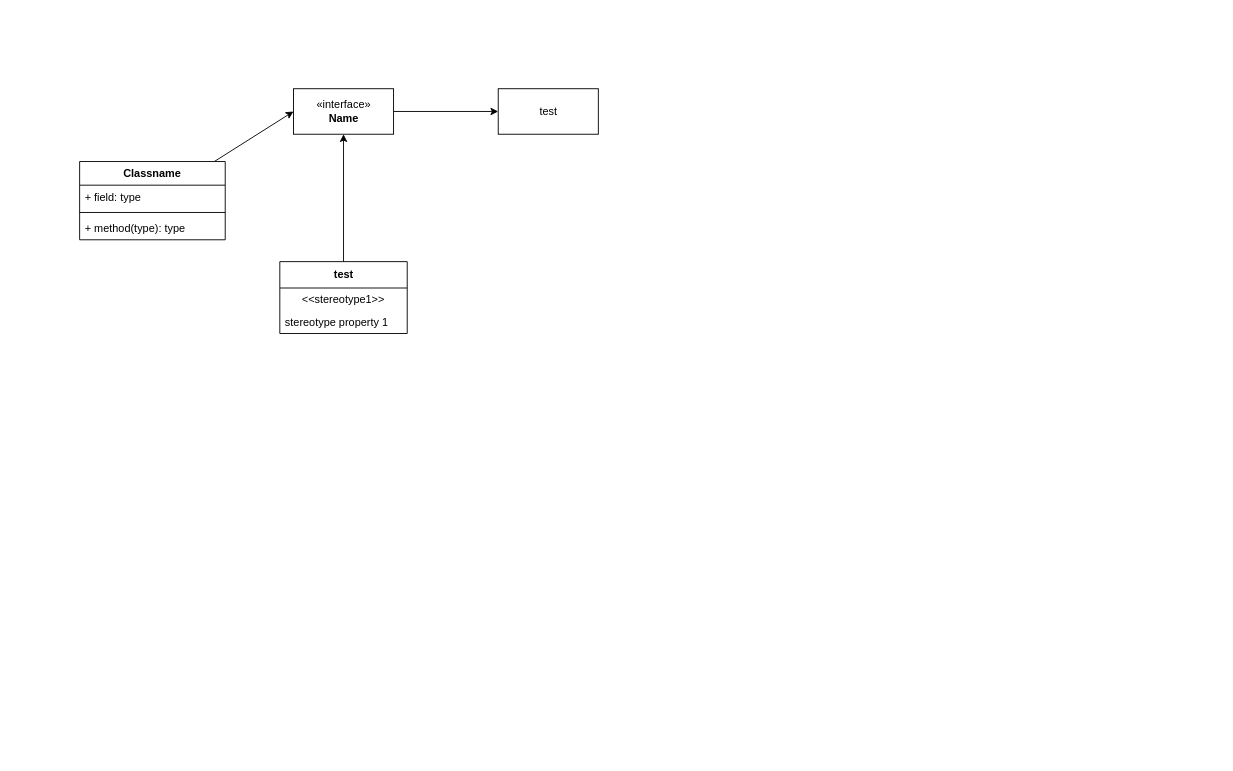
The draw.io diagram class.drawio in LiberationNacho/Project-pop, before the edit. Source tidied: cells renumbered, new cells numbered last; positions are measured from the earlier drawing's top-left corner, leaving out a move shared by most shapes. Both pictures are drawn from the tidied source at 91%, with x=0, y=0 at pixel (79, 88).
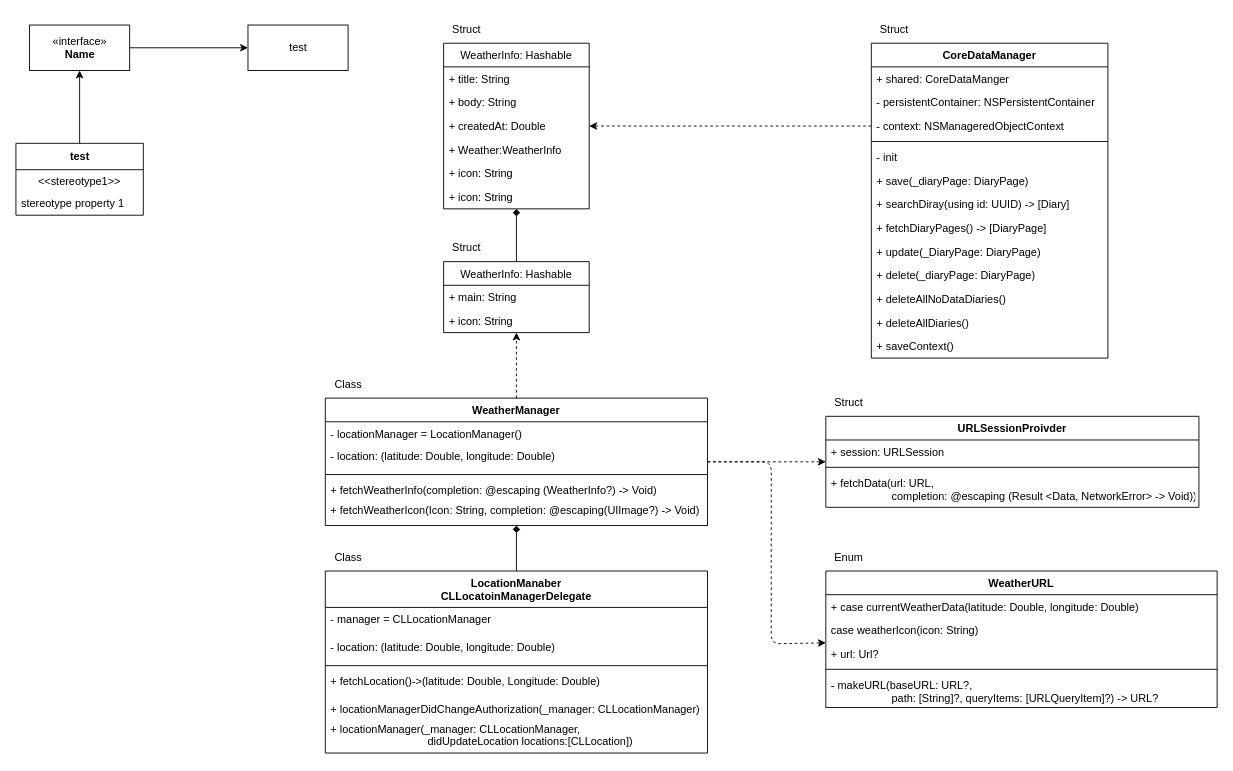
Above is the later version.

Commit message (it also covers changes not shown here):
클래스 다이어그램 1차

What changed in the source:
```diff
@@
     <mxCell id="3" value="test" style="swimlane;fontStyle=1;align=center;verticalAlign=middle;horizontal=1;startSize=29;html=1;" parent="1" vertex="1">
-      <mxGeometry x="220" y="190" width="140" height="79" as="geometry" />
+      <mxGeometry x="-70" y="60" width="140" height="79" as="geometry" />
     </mxCell>
@@
     <mxCell id="6" value="test" style="html=1;" parent="1" vertex="1">
-      <mxGeometry x="460" width="110" height="50" as="geometry" />
+      <mxGeometry x="185" y="-70" width="110" height="50" as="geometry" />
     </mxCell>
-    <mxCell id="7" style="edgeStyle=none;html=1;entryX=0;entryY=0.5;entryDx=0;entryDy=0;" parent="1" edge="1" source="8" target="13">
-      <mxGeometry relative="1" as="geometry" />
-    </mxCell>
+    <mxCell id="14" style="edgeStyle=none;html=1;dashed=1;" parent="1" edge="1" source="8" target="30">
+      <mxGeometry relative="1" as="geometry" />
+    </mxCell>
+    <mxCell id="15" style="edgeStyle=none;html=1;dashed=1;endArrow=classic;endFill=1;" parent="1" edge="1" source="8" target="53">
+      <mxGeometry relative="1" as="geometry" />
+    </mxCell>
+    <mxCell id="16" style="edgeStyle=none;html=1;dashed=1;endArrow=classic;endFill=1;" parent="1" edge="1" source="8" target="63">
+      <mxGeometry relative="1" as="geometry">
+        <Array as="points">
+          <mxPoint x="760" y="410" />
+          <mxPoint x="760" y="610" />
+        </Array>
+      </mxGeometry>
+    </mxCell>
-    <mxCell id="8" value="Classname" style="swimlane;fontStyle=1;align=center;verticalAlign=top;horizontal=1;startSize=26;" parent="1" vertex="1">
-      <mxGeometry y="80" width="160" height="86" as="geometry" />
+    <mxCell id="8" value="WeatherManager" style="swimlane;fontStyle=1;align=center;verticalAlign=top;horizontal=1;startSize=26;" parent="1" vertex="1">
+      <mxGeometry x="270" y="340" width="420" height="140" as="geometry" />
     </mxCell>
-    <mxCell id="9" value="+ field: type" style="text;strokeColor=none;fillColor=none;align=left;verticalAlign=top;spacingLeft=4;spacingRight=4;overflow=hidden;" parent="8" vertex="1">
-      <mxGeometry y="26" width="160" height="26" as="geometry" />
+    <mxCell id="9" value="- locationManager = LocationManager()" style="text;strokeColor=none;fillColor=none;align=left;verticalAlign=top;spacingLeft=4;spacingRight=4;overflow=hidden;" parent="8" vertex="1">
+      <mxGeometry y="26" width="420" height="24" as="geometry" />
     </mxCell>
+    <mxCell id="17" value="- location: (latitude: Double, longitude: Double)" style="text;strokeColor=none;fillColor=none;align=left;verticalAlign=top;spacingLeft=4;spacingRight=4;overflow=hidden;" parent="8" vertex="1">
+      <mxGeometry y="50" width="420" height="30" as="geometry" />
+    </mxCell>
     <mxCell id="10" style="line;strokeWidth=1;fillColor=none;align=left;verticalAlign=middle;spacingTop=-1;spacingLeft=3;spacingRight=3;labelPosition=right;strokeColor=inherit;" parent="8" vertex="1">
-      <mxGeometry y="52" width="160" height="8" as="geometry" />
+      <mxGeometry y="80" width="420" height="8" as="geometry" />
     </mxCell>
+    <mxCell id="18" value="+ fetchWeatherInfo(completion: @escaping (WeatherInfo?) -&gt; Void)" style="text;strokeColor=none;fillColor=none;align=left;verticalAlign=top;spacingLeft=4;spacingRight=4;overflow=hidden;" parent="8" vertex="1">
+      <mxGeometry y="88" width="420" height="22" as="geometry" />
+    </mxCell>
-    <mxCell id="11" value="+ method(type): type" style="text;strokeColor=none;fillColor=none;align=left;verticalAlign=top;spacingLeft=4;spacingRight=4;overflow=hidden;points=[[0,0.5],[1,0.5]];portConstraint=eastwest;" parent="8" vertex="1">
-      <mxGeometry y="60" width="160" height="26" as="geometry" />
+    <mxCell id="11" value="+ fetchWeatherIcon(Icon: String, completion: @escaping(UIImage?) -&gt; Void)" style="text;strokeColor=none;fillColor=none;align=left;verticalAlign=top;spacingLeft=4;spacingRight=4;overflow=hidden;points=[[0,0.5],[1,0.5]];portConstraint=eastwest;" parent="8" vertex="1">
+      <mxGeometry y="110" width="420" height="30" as="geometry" />
     </mxCell>
@@
     <mxCell id="13" value="&amp;laquo;interface&amp;raquo;&lt;br&gt;&lt;b&gt;Name&lt;/b&gt;" style="html=1;" parent="1" vertex="1">
-      <mxGeometry x="235" width="110" height="50" as="geometry" />
+      <mxGeometry x="-55" y="-70" width="110" height="50" as="geometry" />
     </mxCell>
+    <mxCell id="19" style="edgeStyle=none;html=1;endArrow=diamond;endFill=1;" parent="1" edge="1" source="20" target="11">
+      <mxGeometry relative="1" as="geometry" />
+    </mxCell>
+    <mxCell id="20" value="LocationManaber&#10;CLLocatoinManagerDelegate" style="swimlane;fontStyle=1;align=center;verticalAlign=top;horizontal=1;startSize=40;" parent="1" vertex="1">
+      <mxGeometry x="270" y="530" width="420" height="200" as="geometry" />
+    </mxCell>
+    <mxCell id="21" value="- manager = CLLocationManager&#10;" style="text;strokeColor=none;fillColor=none;align=left;verticalAlign=top;spacingLeft=4;spacingRight=4;overflow=hidden;" parent="20" vertex="1">
+      <mxGeometry y="40" width="420" height="30" as="geometry" />
+    </mxCell>
+    <mxCell id="22" value="- location: (latitude: Double, longitude: Double)" style="text;strokeColor=none;fillColor=none;align=left;verticalAlign=top;spacingLeft=4;spacingRight=4;overflow=hidden;" parent="20" vertex="1">
+      <mxGeometry y="70" width="420" height="30" as="geometry" />
+    </mxCell>
+    <mxCell id="23" style="line;strokeWidth=1;fillColor=none;align=left;verticalAlign=middle;spacingTop=-1;spacingLeft=3;spacingRight=3;labelPosition=right;strokeColor=inherit;" parent="20" vertex="1">
+      <mxGeometry y="100" width="420" height="8" as="geometry" />
+    </mxCell>
+    <mxCell id="24" value="+ fetchLocation()-&gt;(latitude: Double, Longitude: Double)" style="text;strokeColor=none;fillColor=none;align=left;verticalAlign=top;spacingLeft=4;spacingRight=4;overflow=hidden;" parent="20" vertex="1">
+      <mxGeometry y="108" width="420" height="30" as="geometry" />
+    </mxCell>
+    <mxCell id="25" value="+ locationManagerDidChangeAuthorization(_manager: CLLocationManager)" style="text;strokeColor=none;fillColor=none;align=left;verticalAlign=top;spacingLeft=4;spacingRight=4;overflow=hidden;" parent="20" vertex="1">
+      <mxGeometry y="138" width="420" height="22" as="geometry" />
+    </mxCell>
+    <mxCell id="26" value="+ locationManager(_manager: CLLocationManager,&#10;                                didUpdateLocation locations:[CLLocation])" style="text;strokeColor=none;fillColor=none;align=left;verticalAlign=top;spacingLeft=4;spacingRight=4;overflow=hidden;" parent="20" vertex="1">
+      <mxGeometry y="160" width="420" height="40" as="geometry" />
+    </mxCell>
+    <mxCell id="27" style="edgeStyle=none;html=1;endArrow=diamond;endFill=1;" parent="1" edge="1" source="28" target="37">
+      <mxGeometry relative="1" as="geometry" />
+    </mxCell>
+    <mxCell id="28" value="WeatherInfo: Hashable" style="swimlane;fontStyle=0;horizontal=1;startSize=26;fillColor=none;" parent="1" vertex="1">
+      <mxGeometry x="400" y="190" width="160" height="78" as="geometry" />
+    </mxCell>
+    <mxCell id="29" value="+ main: String" style="text;strokeColor=none;fillColor=none;align=left;verticalAlign=top;spacingLeft=4;spacingRight=4;overflow=hidden;" parent="28" vertex="1">
+      <mxGeometry y="26" width="160" height="26" as="geometry" />
+    </mxCell>
+    <mxCell id="30" value="+ icon: String" style="text;strokeColor=none;fillColor=none;align=left;verticalAlign=top;spacingLeft=4;spacingRight=4;overflow=hidden;points=[[0,0.5],[1,0.5]];portConstraint=eastwest;" parent="28" vertex="1">
+      <mxGeometry y="52" width="160" height="26" as="geometry" />
+    </mxCell>
+    <mxCell id="31" value="WeatherInfo: Hashable" style="swimlane;fontStyle=0;horizontal=1;startSize=26;fillColor=none;" parent="1" vertex="1">
+      <mxGeometry x="400" y="-50" width="160" height="182" as="geometry" />
+    </mxCell>
+    <mxCell id="32" value="+ title: String" style="text;strokeColor=none;fillColor=none;align=left;verticalAlign=top;spacingLeft=4;spacingRight=4;overflow=hidden;" parent="31" vertex="1">
+      <mxGeometry y="26" width="160" height="26" as="geometry" />
+    </mxCell>
+    <mxCell id="33" value="+ body: String" style="text;strokeColor=none;fillColor=none;align=left;verticalAlign=top;spacingLeft=4;spacingRight=4;overflow=hidden;" parent="31" vertex="1">
+      <mxGeometry y="52" width="160" height="26" as="geometry" />
+    </mxCell>
+    <mxCell id="34" value="+ createdAt: Double" style="text;strokeColor=none;fillColor=none;align=left;verticalAlign=top;spacingLeft=4;spacingRight=4;overflow=hidden;" parent="31" vertex="1">
+      <mxGeometry y="78" width="160" height="26" as="geometry" />
+    </mxCell>
+    <mxCell id="35" value="+ Weather:WeatherInfo" style="text;strokeColor=none;fillColor=none;align=left;verticalAlign=top;spacingLeft=4;spacingRight=4;overflow=hidden;" parent="31" vertex="1">
+      <mxGeometry y="104" width="160" height="26" as="geometry" />
+    </mxCell>
+    <mxCell id="36" value="+ icon: String" style="text;strokeColor=none;fillColor=none;align=left;verticalAlign=top;spacingLeft=4;spacingRight=4;overflow=hidden;" parent="31" vertex="1">
+      <mxGeometry y="130" width="160" height="26" as="geometry" />
+    </mxCell>
+    <mxCell id="37" value="+ icon: String" style="text;strokeColor=none;fillColor=none;align=left;verticalAlign=top;spacingLeft=4;spacingRight=4;overflow=hidden;points=[[0,0.5],[1,0.5]];portConstraint=eastwest;" parent="31" vertex="1">
+      <mxGeometry y="156" width="160" height="26" as="geometry" />
+    </mxCell>
+    <mxCell id="38" style="edgeStyle=none;html=1;endArrow=classic;endFill=1;dashed=1;exitX=0;exitY=0.5;exitDx=0;exitDy=0;" parent="1" edge="1" source="42" target="31">
+      <mxGeometry relative="1" as="geometry" />
+    </mxCell>
+    <mxCell id="39" value="CoreDataManager" style="swimlane;fontStyle=1;align=center;verticalAlign=top;horizontal=1;startSize=26;" parent="1" vertex="1">
+      <mxGeometry x="870" y="-50" width="260" height="346" as="geometry" />
+    </mxCell>
+    <mxCell id="40" value="+ shared: CoreDataManger" style="text;strokeColor=none;fillColor=none;align=left;verticalAlign=top;spacingLeft=4;spacingRight=4;overflow=hidden;" parent="39" vertex="1">
+      <mxGeometry y="26" width="260" height="26" as="geometry" />
+    </mxCell>
+    <mxCell id="41" value="- persistentContainer: NSPersistentContainer" style="text;strokeColor=none;fillColor=none;align=left;verticalAlign=top;spacingLeft=4;spacingRight=4;overflow=hidden;" parent="39" vertex="1">
+      <mxGeometry y="52" width="260" height="26" as="geometry" />
+    </mxCell>
+    <mxCell id="42" value="- context: NSManageredObjectContext" style="text;strokeColor=none;fillColor=none;align=left;verticalAlign=top;spacingLeft=4;spacingRight=4;overflow=hidden;points=[[0,0.5],[1,0.5]];portConstraint=eastwest;" parent="39" vertex="1">
+      <mxGeometry y="78" width="260" height="26" as="geometry" />
+    </mxCell>
+    <mxCell id="43" style="line;strokeWidth=1;fillColor=none;align=left;verticalAlign=middle;spacingTop=-1;spacingLeft=3;spacingRight=3;labelPosition=right;strokeColor=inherit;" parent="39" vertex="1">
+      <mxGeometry y="104" width="260" height="8" as="geometry" />
+    </mxCell>
+    <mxCell id="44" value="- init" style="text;strokeColor=none;fillColor=none;align=left;verticalAlign=top;spacingLeft=4;spacingRight=4;overflow=hidden;" parent="39" vertex="1">
+      <mxGeometry y="112" width="260" height="26" as="geometry" />
+    </mxCell>
+    <mxCell id="45" value="+ save(_diaryPage: DiaryPage)" style="text;strokeColor=none;fillColor=none;align=left;verticalAlign=top;spacingLeft=4;spacingRight=4;overflow=hidden;" parent="39" vertex="1">
+      <mxGeometry y="138" width="260" height="26" as="geometry" />
+    </mxCell>
+    <mxCell id="46" value="+ searchDiray(using id: UUID) -&gt; [Diary]" style="text;strokeColor=none;fillColor=none;align=left;verticalAlign=top;spacingLeft=4;spacingRight=4;overflow=hidden;" parent="39" vertex="1">
+      <mxGeometry y="164" width="260" height="26" as="geometry" />
+    </mxCell>
+    <mxCell id="47" value="+ fetchDiaryPages() -&gt; [DiaryPage]" style="text;strokeColor=none;fillColor=none;align=left;verticalAlign=top;spacingLeft=4;spacingRight=4;overflow=hidden;" parent="39" vertex="1">
+      <mxGeometry y="190" width="260" height="26" as="geometry" />
+    </mxCell>
+    <mxCell id="48" value="+ update(_DiaryPage: DiaryPage)" style="text;strokeColor=none;fillColor=none;align=left;verticalAlign=top;spacingLeft=4;spacingRight=4;overflow=hidden;" parent="39" vertex="1">
+      <mxGeometry y="216" width="260" height="26" as="geometry" />
+    </mxCell>
+    <mxCell id="49" value="+ delete(_diaryPage: DiaryPage)" style="text;strokeColor=none;fillColor=none;align=left;verticalAlign=top;spacingLeft=4;spacingRight=4;overflow=hidden;" parent="39" vertex="1">
+      <mxGeometry y="242" width="260" height="26" as="geometry" />
+    </mxCell>
+    <mxCell id="50" value="+ deleteAllNoDataDiaries()" style="text;strokeColor=none;fillColor=none;align=left;verticalAlign=top;spacingLeft=4;spacingRight=4;overflow=hidden;" parent="39" vertex="1">
+      <mxGeometry y="268" width="260" height="26" as="geometry" />
+    </mxCell>
+    <mxCell id="51" value="+ deleteAllDiaries()" style="text;strokeColor=none;fillColor=none;align=left;verticalAlign=top;spacingLeft=4;spacingRight=4;overflow=hidden;" parent="39" vertex="1">
+      <mxGeometry y="294" width="260" height="26" as="geometry" />
+    </mxCell>
+    <mxCell id="52" value="+ saveContext()" style="text;strokeColor=none;fillColor=none;align=left;verticalAlign=top;spacingLeft=4;spacingRight=4;overflow=hidden;" parent="39" vertex="1">
+      <mxGeometry y="320" width="260" height="26" as="geometry" />
+    </mxCell>
+    <mxCell id="53" value="URLSessionProivder" style="swimlane;fontStyle=1;align=center;verticalAlign=top;horizontal=1;startSize=26;" parent="1" vertex="1">
+      <mxGeometry x="820" y="360" width="410" height="100" as="geometry" />
+    </mxCell>
+    <mxCell id="54" value="+ session: URLSession" style="text;strokeColor=none;fillColor=none;align=left;verticalAlign=top;spacingLeft=4;spacingRight=4;overflow=hidden;" parent="53" vertex="1">
+      <mxGeometry y="26" width="410" height="26" as="geometry" />
+    </mxCell>
+    <mxCell id="55" style="line;strokeWidth=1;fillColor=none;align=left;verticalAlign=middle;spacingTop=-1;spacingLeft=3;spacingRight=3;labelPosition=right;strokeColor=inherit;" parent="53" vertex="1">
+      <mxGeometry y="52" width="410" height="8" as="geometry" />
+    </mxCell>
+    <mxCell id="56" value="+ fetchData(url: URL,&#10;                    completion: @escaping (Result &lt;Data, NetworkError&gt; -&gt; Void))" style="text;strokeColor=none;fillColor=none;align=left;verticalAlign=top;spacingLeft=4;spacingRight=4;overflow=hidden;" parent="53" vertex="1">
+      <mxGeometry y="60" width="410" height="40" as="geometry" />
+    </mxCell>
+    <mxCell id="57" value="Struct" style="text;html=1;align=center;verticalAlign=middle;strokeColor=none;fillColor=none;" parent="1" vertex="1">
+      <mxGeometry x="820" y="330" width="50" height="30" as="geometry" />
+    </mxCell>
+    <mxCell id="58" value="Struct" style="text;html=1;align=center;verticalAlign=middle;strokeColor=none;fillColor=none;" parent="1" vertex="1">
+      <mxGeometry x="400" y="160" width="50" height="30" as="geometry" />
+    </mxCell>
+    <mxCell id="59" value="Struct" style="text;html=1;align=center;verticalAlign=middle;strokeColor=none;fillColor=none;" parent="1" vertex="1">
+      <mxGeometry x="400" y="-80" width="50" height="30" as="geometry" />
+    </mxCell>
+    <mxCell id="60" value="Struct" style="text;html=1;align=center;verticalAlign=middle;strokeColor=none;fillColor=none;" parent="1" vertex="1">
+      <mxGeometry x="870" y="-80" width="50" height="30" as="geometry" />
+    </mxCell>
+    <mxCell id="61" value="Class" style="text;html=1;align=center;verticalAlign=middle;strokeColor=none;fillColor=none;" parent="1" vertex="1">
+      <mxGeometry x="270" y="310" width="50" height="30" as="geometry" />
+    </mxCell>
+    <mxCell id="62" value="Class" style="text;html=1;align=center;verticalAlign=middle;strokeColor=none;fillColor=none;" parent="1" vertex="1">
+      <mxGeometry x="270" y="500" width="50" height="30" as="geometry" />
+    </mxCell>
+    <mxCell id="63" value="WeatherURL" style="swimlane;fontStyle=1;align=center;verticalAlign=top;horizontal=1;startSize=26;" parent="1" vertex="1">
+      <mxGeometry x="820" y="530" width="430" height="150" as="geometry" />
+    </mxCell>
+    <mxCell id="64" value="+ case currentWeatherData(latitude: Double, longitude: Double)" style="text;strokeColor=none;fillColor=none;align=left;verticalAlign=top;spacingLeft=4;spacingRight=4;overflow=hidden;" parent="63" vertex="1">
+      <mxGeometry y="26" width="430" height="26" as="geometry" />
+    </mxCell>
+    <mxCell id="65" value="case weatherIcon(icon: String)" style="text;strokeColor=none;fillColor=none;align=left;verticalAlign=top;spacingLeft=4;spacingRight=4;overflow=hidden;" parent="63" vertex="1">
+      <mxGeometry y="52" width="430" height="26" as="geometry" />
+    </mxCell>
+    <mxCell id="66" value="+ url: Url?" style="text;strokeColor=none;fillColor=none;align=left;verticalAlign=top;spacingLeft=4;spacingRight=4;overflow=hidden;" parent="63" vertex="1">
+      <mxGeometry y="78" width="430" height="26" as="geometry" />
+    </mxCell>
+    <mxCell id="67" style="line;strokeWidth=1;fillColor=none;align=left;verticalAlign=middle;spacingTop=-1;spacingLeft=3;spacingRight=3;labelPosition=right;strokeColor=inherit;" parent="63" vertex="1">
+      <mxGeometry y="104" width="430" height="8" as="geometry" />
+    </mxCell>
+    <mxCell id="68" value="- makeURL(baseURL: URL?, &#10;                    path: [String]?, queryItems: [URLQueryItem]?) -&gt; URL?" style="text;strokeColor=none;fillColor=none;align=left;verticalAlign=top;spacingLeft=4;spacingRight=4;overflow=hidden;" parent="63" vertex="1">
+      <mxGeometry y="112" width="430" height="38" as="geometry" />
+    </mxCell>
+    <mxCell id="69" value="Enum" style="text;html=1;align=center;verticalAlign=middle;strokeColor=none;fillColor=none;" parent="1" vertex="1">
+      <mxGeometry x="820" y="500" width="50" height="30" as="geometry" />
+    </mxCell>
```
